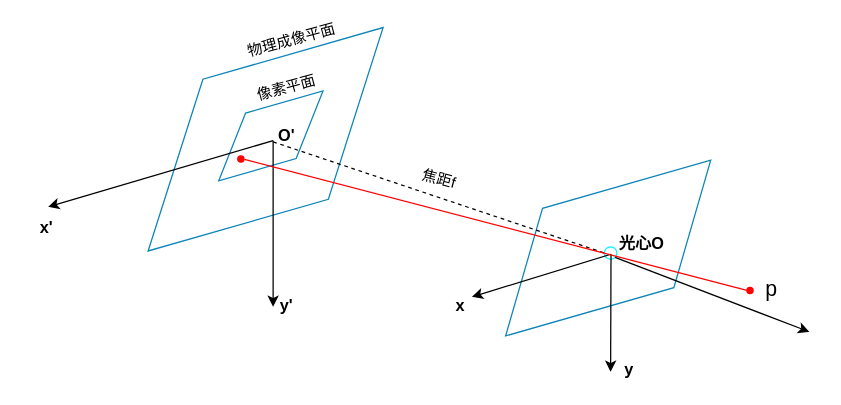
Above: 相机成像.drawio in Okityou/hello-world (draw.io), before the change. Source tidied: cells renumbered, new cells numbered last; positions are measured from the earlier drawing's top-left corner, leaving out a move shared by most shapes. Both pictures are drawn from the tidied source at 125%, with x=0, y=0 at pixel (21, 40).
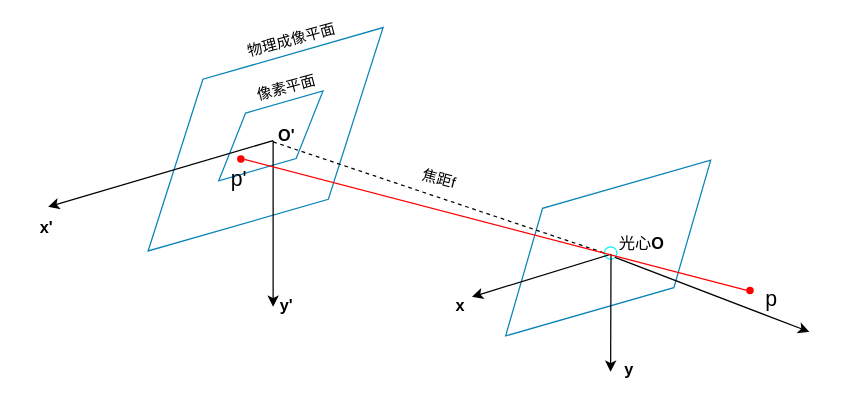
Above is the later version.

Change to the diagram source:
```diff
@@
-    <mxCell id="13" value="&lt;font style=&quot;font-size: 17px&quot;&gt;p&lt;/font&gt;" style="text;html=1;strokeColor=none;fillColor=none;align=center;verticalAlign=middle;whiteSpace=wrap;rounded=0;" parent="1" vertex="1">
-      <mxGeometry x="590" y="188.9" width="20" height="22" as="geometry" />
+    <mxCell id="13" value="&lt;font style=&quot;font-size: 17px&quot;&gt;p'&lt;/font&gt;" style="text;html=1;strokeColor=none;fillColor=none;align=center;verticalAlign=middle;whiteSpace=wrap;rounded=0;" parent="1" vertex="1">
+      <mxGeometry x="164.2" y="101" width="20" height="22" as="geometry" />
     </mxCell>
@@
-    <mxCell id="19" value="&lt;font style=&quot;font-size: 13px&quot;&gt;&lt;b&gt;光心O&lt;/b&gt;&lt;/font&gt;" style="text;html=1;strokeColor=none;fillColor=none;align=center;verticalAlign=middle;whiteSpace=wrap;rounded=0;" parent="1" vertex="1">
+    <mxCell id="19" value="&lt;font style=&quot;font-size: 13px&quot;&gt;光心&lt;b&gt;O&lt;/b&gt;&lt;/font&gt;" style="text;html=1;strokeColor=none;fillColor=none;align=center;verticalAlign=middle;whiteSpace=wrap;rounded=0;" parent="1" vertex="1">
       <mxGeometry x="476" y="151.9" width="40" height="20" as="geometry" />
     </mxCell>
@@
+    <mxCell id="25" value="&lt;font style=&quot;font-size: 17px&quot;&gt;p&lt;/font&gt;" style="text;html=1;strokeColor=none;fillColor=none;align=center;verticalAlign=middle;whiteSpace=wrap;rounded=0;" parent="1" vertex="1">
+      <mxGeometry x="590" y="197.4" width="20" height="22" as="geometry" />
+    </mxCell>
```
